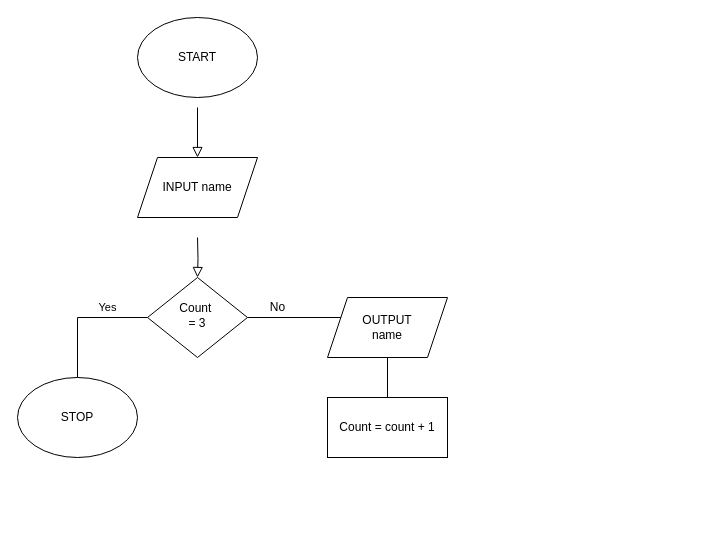
Earlier version of the draw.io diagram Untitled Diagram.drawio (maryam-byte/C-). Source tidied: cells renumbered, new cells numbered last; positions are measured from the earlier drawing's top-left corner, leaving out a move shared by most shapes. Both pictures are drawn from the tidied source at 100%, with x=0, y=0 at pixel (17, 17).
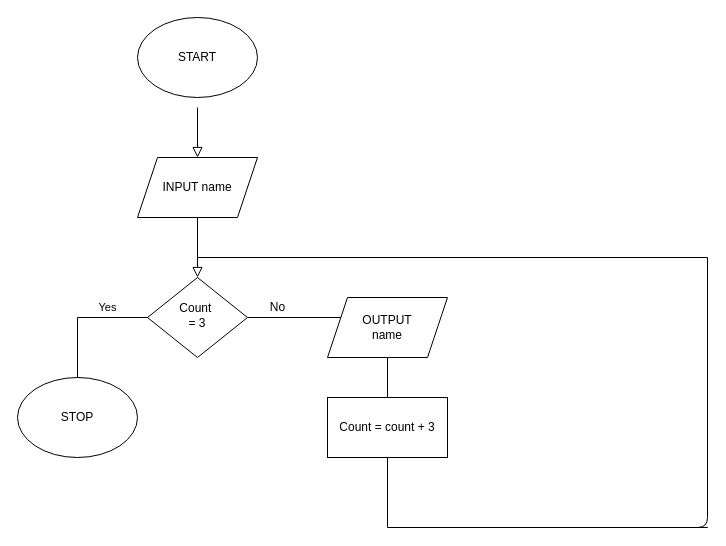
The same page after the edit.

The change refers to these unchanged cells:
```xml
<mxCell id="4" value="Count&amp;nbsp;&lt;br&gt;= 3" style="rhombus;whiteSpace=wrap;html=1;shadow=0;fontFamily=Helvetica;fontSize=12;align=center;strokeWidth=1;spacing=6;spacingTop=-4;" parent="1" vertex="1">
  <mxGeometry x="130" y="260" width="100" height="80" as="geometry" />
</mxCell>
<mxCell id="6" value="INPUT name" style="shape=parallelogram;perimeter=parallelogramPerimeter;whiteSpace=wrap;html=1;fixedSize=1;" parent="1" vertex="1">
  <mxGeometry x="120" y="140" width="120" height="60" as="geometry" />
</mxCell>
```

Diff of the diagram source:
```diff
@@
-    <mxCell id="3" value="Yes" style="rounded=0;html=1;jettySize=auto;fontSize=11;endArrow=block;endFill=0;endSize=8;strokeWidth=1;shadow=0;labelBackgroundColor=none;edgeStyle=orthogonalEdgeStyle;" parent="1" edge="1" target="4">
+    <mxCell id="3" value="Yes" style="rounded=0;html=1;jettySize=auto;fontSize=11;endArrow=block;endFill=0;endSize=8;strokeWidth=1;shadow=0;labelBackgroundColor=none;edgeStyle=orthogonalEdgeStyle;exitX=0.5;exitY=1;exitDx=0;exitDy=0;" parent="1" edge="1" source="6" target="4">
       <mxGeometry x="1" y="-95" relative="1" as="geometry">
-        <mxPoint x="180" y="220" as="sourcePoint" />
         <mxPoint x="5" y="30" as="offset" />
       </mxGeometry>
     </mxCell>
@@
-    <mxCell id="12" value="Count = count + 1" style="rounded=0;whiteSpace=wrap;html=1;" parent="1" vertex="1">
+    <mxCell id="12" value="Count = count + 3" style="rounded=0;whiteSpace=wrap;html=1;" parent="1" vertex="1">
       <mxGeometry x="310" y="380" width="120" height="60" as="geometry" />
     </mxCell>
@@
+    <mxCell id="16" style="endArrow=none;html=1;entryX=0.5;entryY=1;entryDx=0;entryDy=0;" parent="1" edge="1" target="12">
+      <mxGeometry relative="1" as="geometry">
+        <mxPoint x="370" y="510" as="sourcePoint" />
+      </mxGeometry>
+    </mxCell>
+    <mxCell id="17" style="endArrow=none;html=1;" parent="1" edge="1">
+      <mxGeometry relative="1" as="geometry">
+        <mxPoint x="370" y="510" as="sourcePoint" />
+        <mxPoint x="690" y="510" as="targetPoint" />
+      </mxGeometry>
+    </mxCell>
+    <mxCell id="18" style="endArrow=none;html=1;" parent="1" edge="1">
+      <mxGeometry relative="1" as="geometry">
+        <mxPoint x="690" y="510" as="sourcePoint" />
+        <mxPoint x="690" y="240" as="targetPoint" />
+        <Array as="points">
+          <mxPoint x="630" y="510" />
+          <mxPoint x="690" y="510" />
+        </Array>
+      </mxGeometry>
+    </mxCell>
+    <mxCell id="19" style="endArrow=none;html=1;" parent="1" edge="1">
+      <mxGeometry relative="1" as="geometry">
+        <mxPoint x="180" y="240" as="sourcePoint" />
+        <mxPoint x="690" y="240" as="targetPoint" />
+      </mxGeometry>
+    </mxCell>
```
